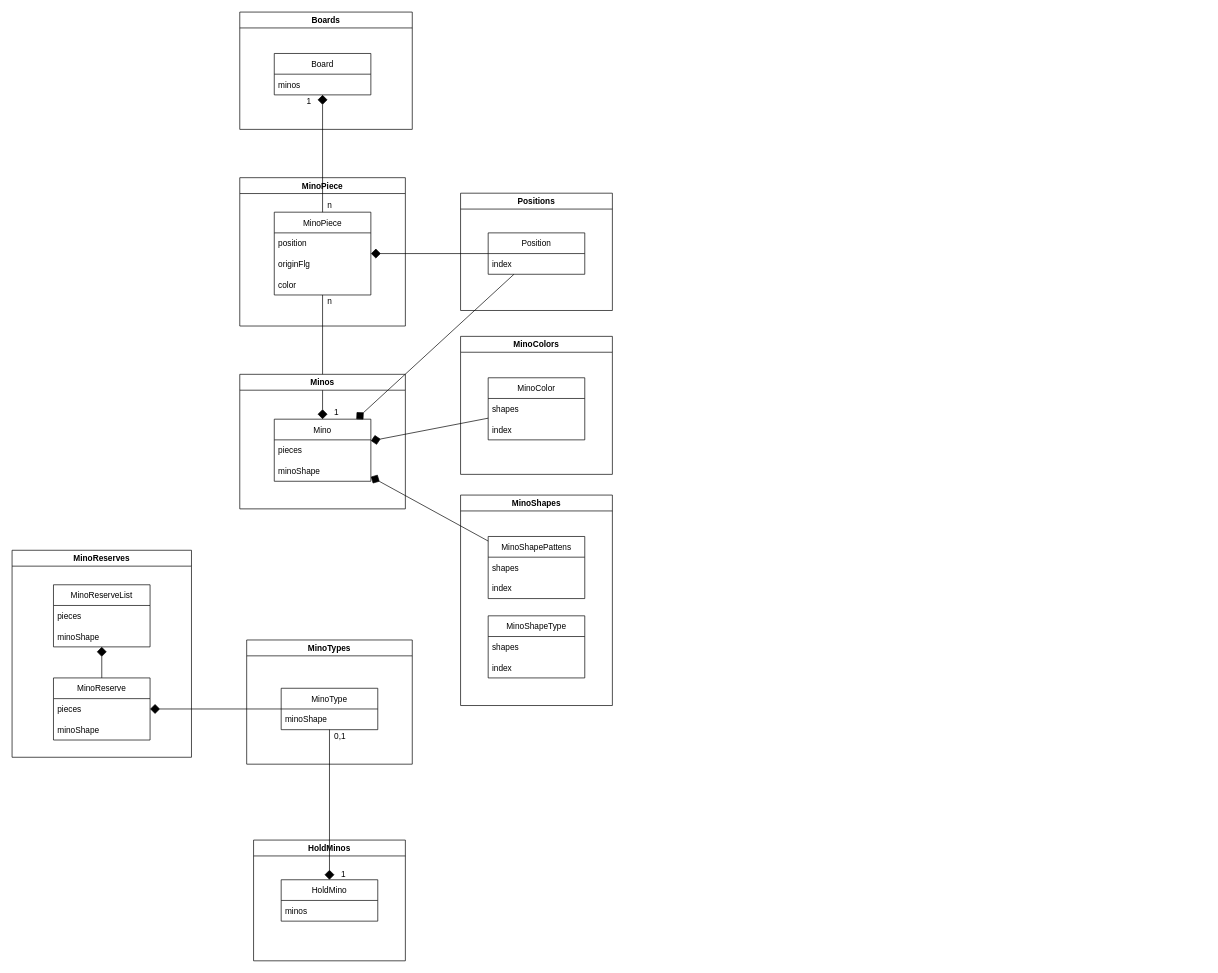
toppy777/tetris keeps this draw.io diagram as Assets/Tetris/Modeling/DomainModel.drawio. Above is the earlier version. Source tidied: cells renumbered, new cells numbered last; positions are measured from the earlier drawing's top-left corner, leaving out a move shared by most shapes. Both pictures are drawn from the tidied source at 69%, with x=0, y=0 at pixel (12, 12).
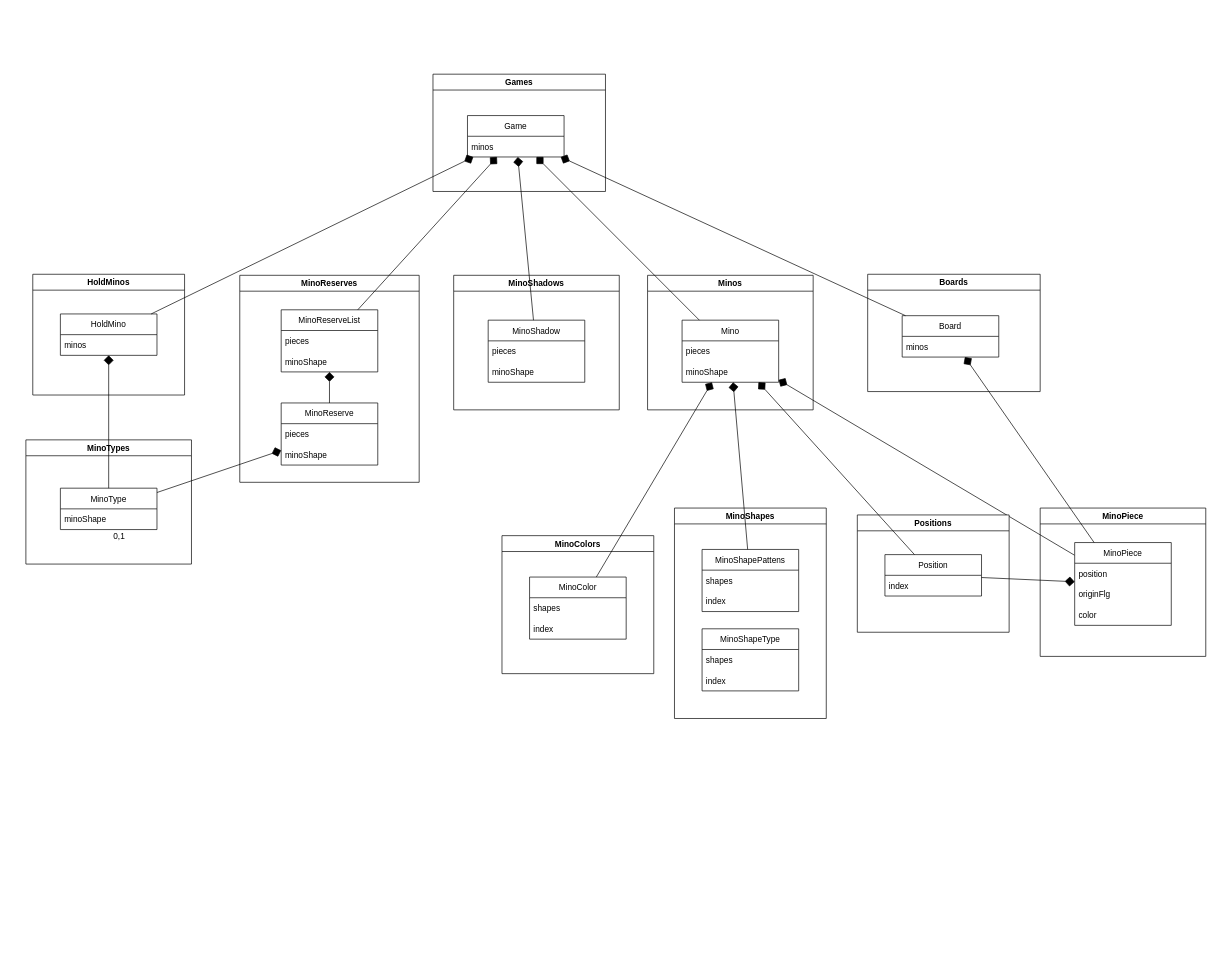
The same page after the edit.

The change refers to these unchanged cells:
```xml
<mxCell id="5" value="Mino" style="swimlane;fontStyle=0;horizontal=1;startSize=30;" parent="3" vertex="1">
  <mxGeometry x="50" y="65" width="140" height="90" as="geometry" />
</mxCell>
<mxCell id="9" value="Board" style="swimlane;fontStyle=0;horizontal=1;startSize=30;" parent="8" vertex="1">
  <mxGeometry x="50" y="60" width="140" height="60" as="geometry" />
</mxCell>
<mxCell id="13" value="HoldMino" style="swimlane;fontStyle=0;horizontal=1;startSize=30;" parent="12" vertex="1">
  <mxGeometry x="40" y="57.5" width="140" height="60" as="geometry" />
</mxCell>
<mxCell id="44" value="MinoReserveList" style="swimlane;fontStyle=0;horizontal=1;startSize=30;" parent="40" vertex="1">
  <mxGeometry x="60" y="50" width="140" height="90" as="geometry" />
</mxCell>
```

Change to the diagram source:
```diff
@@
     <mxCell id="3" value="Minos" style="swimlane;" parent="1" vertex="1">
-      <mxGeometry x="330" y="525" width="240" height="195" as="geometry" />
+      <mxGeometry x="921" y="381.5" width="240" height="195" as="geometry" />
     </mxCell>
-    <mxCell id="4" value="1" style="text;html=1;align=center;verticalAlign=middle;strokeColor=none;fillColor=none;" parent="3" vertex="1">
-      <mxGeometry x="130" y="45" width="20" height="20" as="geometry" />
-    </mxCell>
@@
     <mxCell id="8" value="Boards" style="swimlane;" parent="1" vertex="1">
-      <mxGeometry x="330" width="250" height="170" as="geometry" />
+      <mxGeometry x="1240" y="380" width="250" height="170" as="geometry" />
     </mxCell>
@@
-    <mxCell id="11" value="1" style="text;html=1;align=center;verticalAlign=middle;strokeColor=none;fillColor=none;" parent="8" vertex="1">
-      <mxGeometry x="90" y="120" width="20" height="20" as="geometry" />
-    </mxCell>
     <mxCell id="12" value="HoldMinos" style="swimlane;" parent="1" vertex="1">
-      <mxGeometry x="350" y="1200" width="220" height="175" as="geometry" />
+      <mxGeometry x="30" y="380" width="220" height="175" as="geometry" />
     </mxCell>
@@
     <mxCell id="15" value="MinoShapes" style="swimlane;" parent="1" vertex="1">
-      <mxGeometry x="650" y="700" width="220" height="305" as="geometry" />
+      <mxGeometry x="960" y="718.8" width="220" height="305" as="geometry" />
     </mxCell>
@@
+    <mxCell id="37" value="MinoShapeType" style="swimlane;fontStyle=0;horizontal=1;startSize=30;" parent="15" vertex="1">
+      <mxGeometry x="40" y="175" width="140" height="90" as="geometry" />
+    </mxCell>
+    <mxCell id="38" value="shapes" style="text;strokeColor=none;fillColor=none;align=left;verticalAlign=middle;spacingLeft=4;spacingRight=4;overflow=hidden;" parent="37" vertex="1">
+      <mxGeometry y="30" width="140" height="30" as="geometry" />
+    </mxCell>
+    <mxCell id="39" value="index" style="text;strokeColor=none;fillColor=none;align=left;verticalAlign=middle;spacingLeft=4;spacingRight=4;overflow=hidden;" parent="37" vertex="1">
+      <mxGeometry y="60" width="140" height="30" as="geometry" />
+    </mxCell>
     <mxCell id="19" value="MinoColors" style="swimlane;" parent="1" vertex="1">
-      <mxGeometry x="650" y="470" width="220" height="200" as="geometry" />
+      <mxGeometry x="710" y="758.8" width="220" height="200" as="geometry" />
     </mxCell>
@@
     <mxCell id="23" value="Positions" style="swimlane;" parent="1" vertex="1">
-      <mxGeometry x="650" y="262.5" width="220" height="170" as="geometry" />
+      <mxGeometry x="1225" y="728.8" width="220" height="170" as="geometry" />
     </mxCell>
@@
     <mxCell id="26" value="MinoPiece" style="swimlane;" parent="1" vertex="1">
-      <mxGeometry x="330" y="240" width="240" height="215" as="geometry" />
+      <mxGeometry x="1490" y="718.8" width="240" height="215" as="geometry" />
     </mxCell>
@@
-    <mxCell id="31" value="n" style="text;html=1;align=center;verticalAlign=middle;strokeColor=none;fillColor=none;" parent="26" vertex="1">
-      <mxGeometry x="120" y="170" width="20" height="20" as="geometry" />
-    </mxCell>
-    <mxCell id="32" value="n" style="text;html=1;align=center;verticalAlign=middle;strokeColor=none;fillColor=none;" parent="26" vertex="1">
-      <mxGeometry x="120" y="30" width="20" height="20" as="geometry" />
-    </mxCell>
@@
-    <mxCell id="37" value="MinoShapeType" style="swimlane;fontStyle=0;horizontal=1;startSize=30;" parent="1" vertex="1">
-      <mxGeometry x="690" y="875" width="140" height="90" as="geometry" />
-    </mxCell>
-    <mxCell id="38" value="shapes" style="text;strokeColor=none;fillColor=none;align=left;verticalAlign=middle;spacingLeft=4;spacingRight=4;overflow=hidden;" parent="37" vertex="1">
-      <mxGeometry y="30" width="140" height="30" as="geometry" />
-    </mxCell>
-    <mxCell id="39" value="index" style="text;strokeColor=none;fillColor=none;align=left;verticalAlign=middle;spacingLeft=4;spacingRight=4;overflow=hidden;" parent="37" vertex="1">
-      <mxGeometry y="60" width="140" height="30" as="geometry" />
-    </mxCell>
     <mxCell id="40" value="MinoReserves" style="swimlane;" parent="1" vertex="1">
-      <mxGeometry y="780" width="260" height="300" as="geometry" />
+      <mxGeometry x="330" y="381.5" width="260" height="300" as="geometry" />
     </mxCell>
@@
     <mxCell id="48" value="MinoTypes" style="swimlane;" parent="1" vertex="1">
-      <mxGeometry x="340" y="910" width="240" height="180" as="geometry" />
+      <mxGeometry x="20" y="620" width="240" height="180" as="geometry" />
     </mxCell>
@@
-    <mxCell id="55" value="1" style="text;html=1;align=center;verticalAlign=middle;strokeColor=none;fillColor=none;" parent="1" vertex="1">
-      <mxGeometry x="470" y="1240" width="20" height="20" as="geometry" />
-    </mxCell>
+    <mxCell id="56" value="Games" style="swimlane;" parent="1" vertex="1">
+      <mxGeometry x="610" y="90" width="250" height="170" as="geometry" />
+    </mxCell>
+    <mxCell id="57" value="Game" style="swimlane;fontStyle=0;horizontal=1;startSize=30;" parent="56" vertex="1">
+      <mxGeometry x="50" y="60" width="140" height="60" as="geometry" />
+    </mxCell>
+    <mxCell id="58" value="minos" style="text;strokeColor=none;fillColor=none;align=left;verticalAlign=middle;spacingLeft=4;spacingRight=4;overflow=hidden;" parent="57" vertex="1">
+      <mxGeometry y="30" width="140" height="30" as="geometry" />
+    </mxCell>
+    <mxCell id="59" style="edgeStyle=none;html=1;endArrow=diamond;endFill=1;endSize=12;" parent="1" edge="1" source="9" target="57">
+      <mxGeometry relative="1" as="geometry" />
+    </mxCell>
+    <mxCell id="60" style="edgeStyle=none;html=1;endArrow=diamond;endFill=1;endSize=12;" parent="1" edge="1" source="5" target="57">
+      <mxGeometry relative="1" as="geometry" />
+    </mxCell>
+    <mxCell id="61" style="edgeStyle=none;html=1;endArrow=diamond;endFill=1;endSize=12;" parent="1" edge="1" source="44" target="57">
+      <mxGeometry relative="1" as="geometry" />
+    </mxCell>
+    <mxCell id="62" style="edgeStyle=none;html=1;endArrow=diamond;endFill=1;endSize=12;" parent="1" edge="1" source="13" target="57">
+      <mxGeometry relative="1" as="geometry" />
+    </mxCell>
+    <mxCell id="63" value="MinoShadows" style="swimlane;" parent="1" vertex="1">
+      <mxGeometry x="640" y="381.5" width="240" height="195" as="geometry" />
+    </mxCell>
+    <mxCell id="64" value="MinoShadow" style="swimlane;fontStyle=0;horizontal=1;startSize=30;" parent="63" vertex="1">
+      <mxGeometry x="50" y="65" width="140" height="90" as="geometry" />
+    </mxCell>
+    <mxCell id="65" value="pieces" style="text;strokeColor=none;fillColor=none;align=left;verticalAlign=middle;spacingLeft=4;spacingRight=4;overflow=hidden;" parent="64" vertex="1">
+      <mxGeometry y="30" width="140" height="30" as="geometry" />
+    </mxCell>
+    <mxCell id="66" value="minoShape" style="text;strokeColor=none;fillColor=none;align=left;verticalAlign=middle;spacingLeft=4;spacingRight=4;overflow=hidden;" parent="64" vertex="1">
+      <mxGeometry y="60" width="140" height="30" as="geometry" />
+    </mxCell>
+    <mxCell id="67" style="edgeStyle=none;html=1;endArrow=diamond;endFill=1;endSize=12;" parent="1" edge="1" source="64" target="57">
+      <mxGeometry relative="1" as="geometry" />
+    </mxCell>
```
